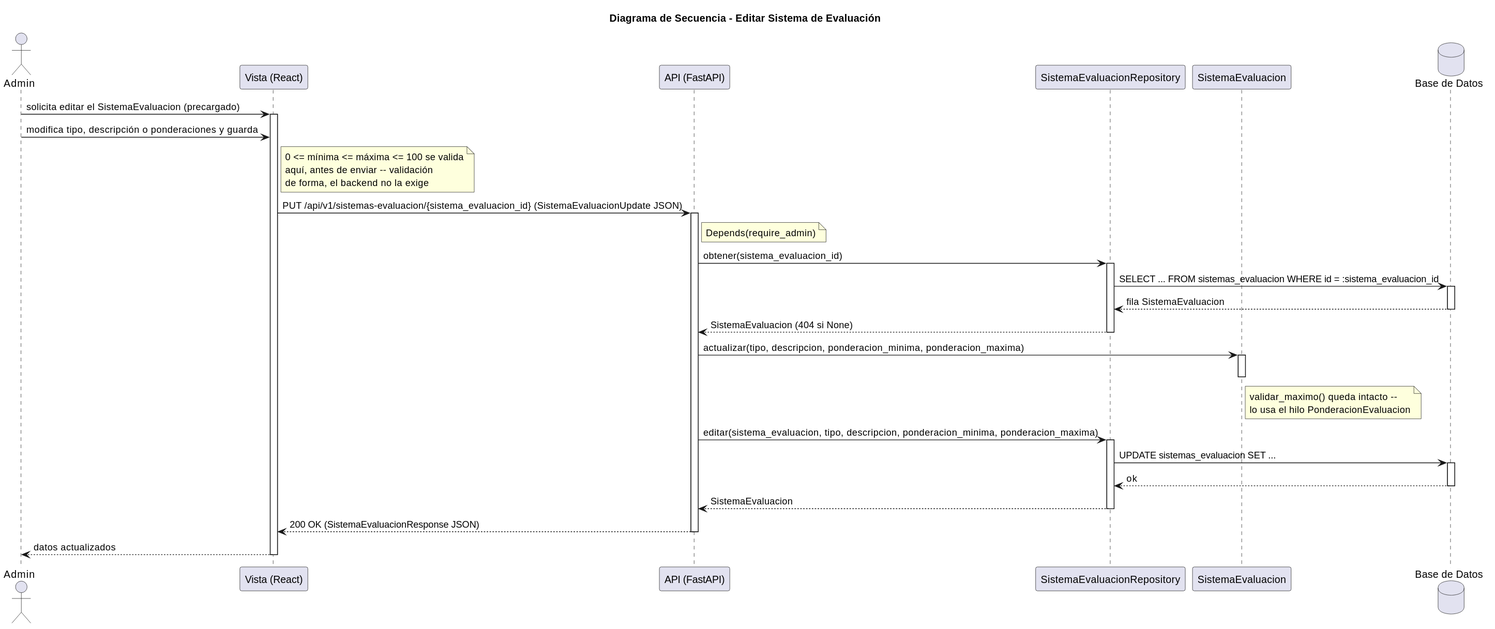
Earlier version of the PlantUML export images/RUP/03-diseño/casos-uso/editarSistemaEvaluacion/secuencia.svg (mmasias/pyCeldaPublico).
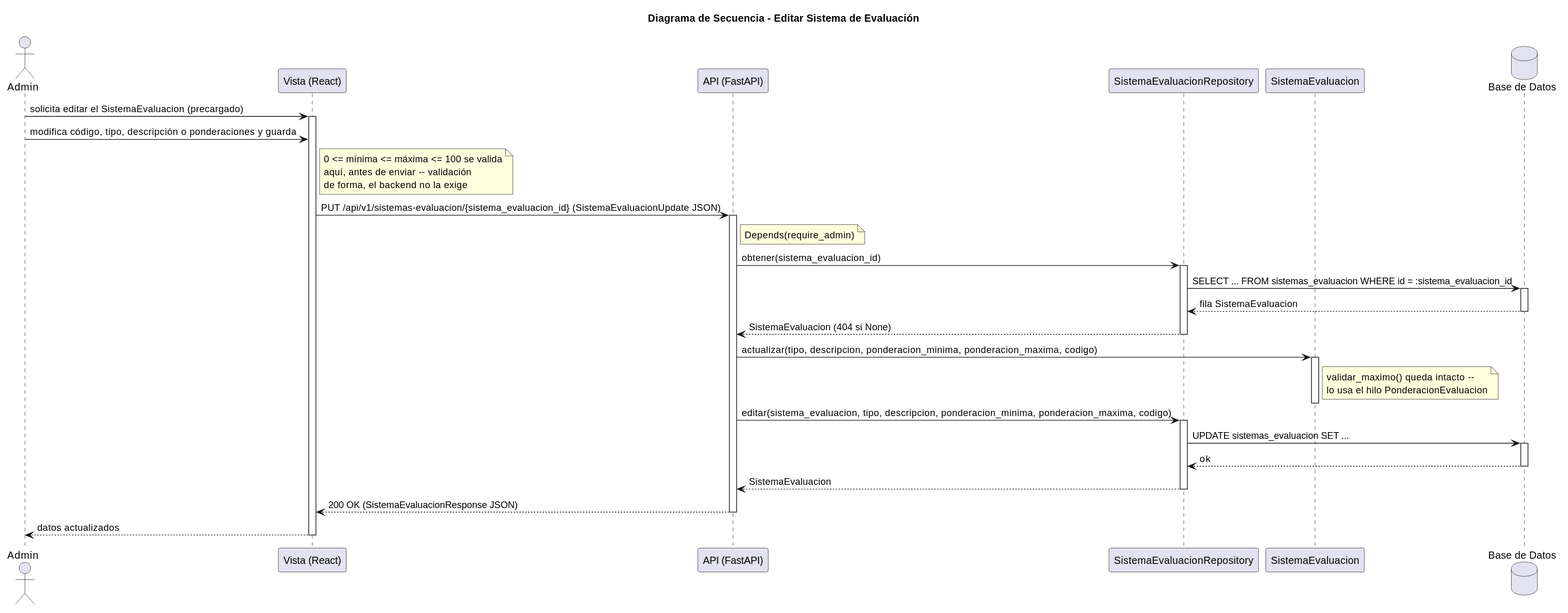
Above is the later version.

The edit, as a diff of the source:
```diff
@@ -10,7 +10,7 @@
 
 Admin -> Vista: solicita editar el SistemaEvaluacion (precargado)
 activate Vista
-Admin -> Vista: modifica tipo, descripción o ponderaciones y guarda
+Admin -> Vista: modifica código, tipo, descripción o ponderaciones y guarda
 note right of Vista: 0 <= mínima <= máxima <= 100 se valida\naquí, antes de enviar -- validación\nde forma, el backend no la exige
 Vista -> API: PUT /api/v1/sistemas-evaluacion/{sistema_evaluacion_id} (SistemaEvaluacionUpdate JSON)
 activate API
@@ -24,12 +24,12 @@
 SistemaRepo --> API: SistemaEvaluacion (404 si None)
 deactivate SistemaRepo
 
-API -> SistemaEvaluacion: actualizar(tipo, descripcion, ponderacion_minima, ponderacion_maxima)
+API -> SistemaEvaluacion: actualizar(tipo, descripcion, ponderacion_minima, ponderacion_maxima, codigo)
 activate SistemaEvaluacion
 note right of SistemaEvaluacion: validar_maximo() queda intacto --\nlo usa el hilo PonderacionEvaluacion
 deactivate SistemaEvaluacion
 
-API -> SistemaRepo: editar(sistema_evaluacion, tipo, descripcion, ponderacion_minima, ponderacion_maxima)
+API -> SistemaRepo: editar(sistema_evaluacion, tipo, descripcion, ponderacion_minima, ponderacion_maxima, codigo)
 activate SistemaRepo
 SistemaRepo -> DB: UPDATE sistemas_evaluacion SET ...
 activate DB
```
